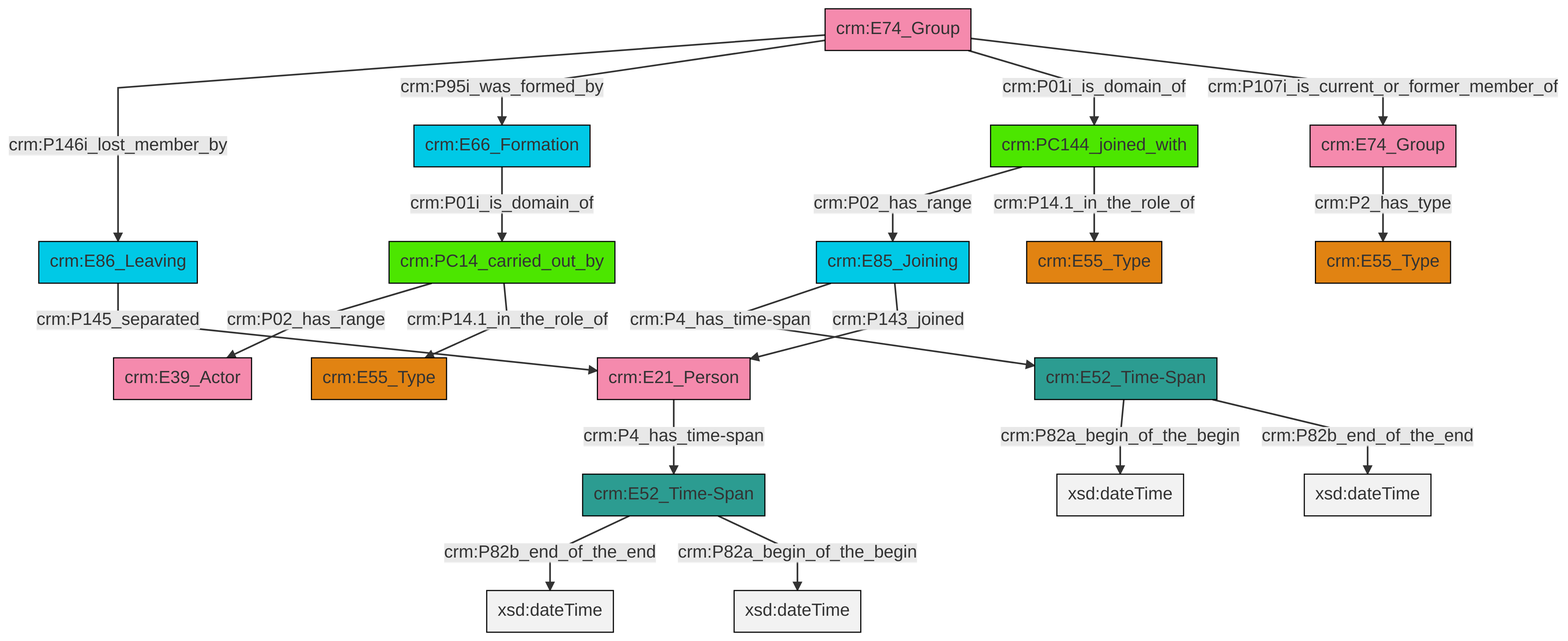
The Mermaid diagram et/groupCSV/ttl/mmd/png/group_actor_relations.png in swiss-art-research-net/reference-data-models, before a commit. Its source is kept beside it as et/groupCSV/ttl/mmd/group_actor_relations.ttl.mmd.
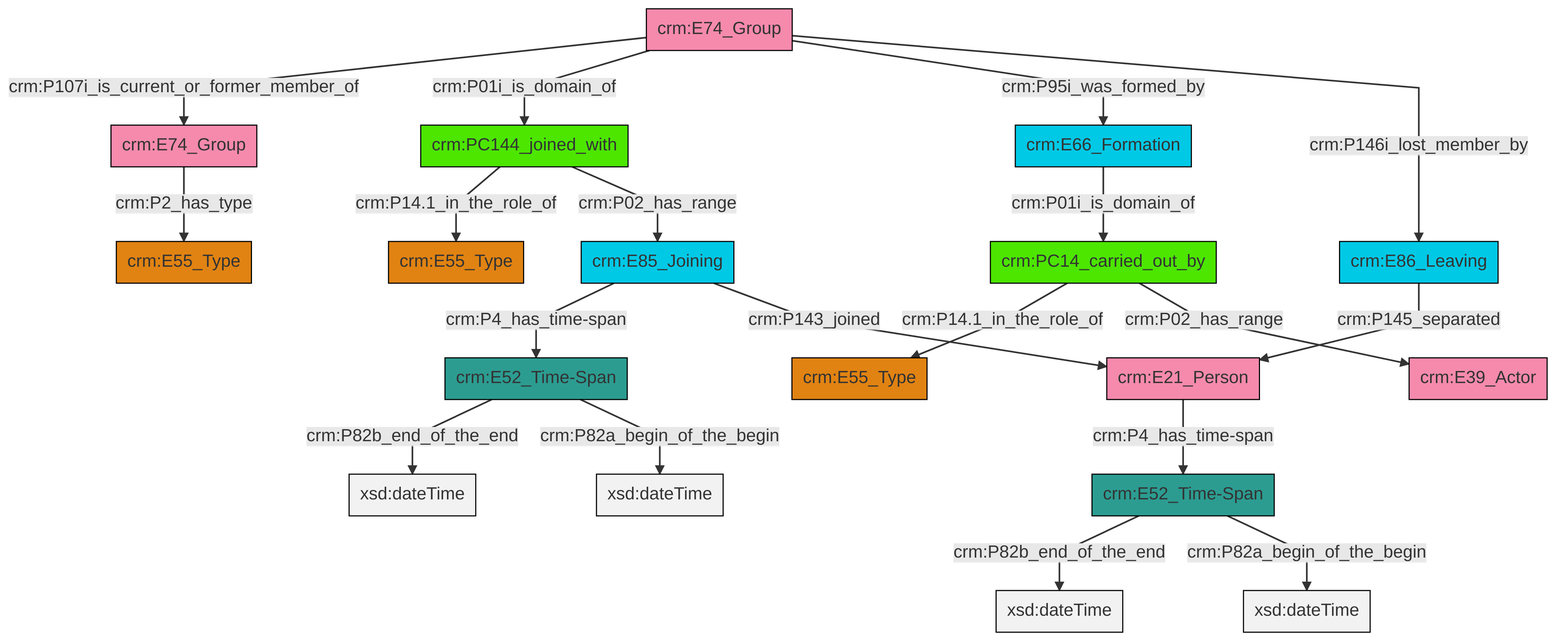
After the commit.

The edit, as a diff of the source:
```diff
@@ -13,21 +13,21 @@
 classDef PC_Classes fill:#4ce600, stroke:#000000;
 classDef Multi fill:#cccccc,stroke:#000000;
 
-2["crm:E74_Group"]:::Actor -->|crm:P146i_lost_member_by| 3["crm:E86_Leaving"]:::Temporal_Entity
-2["crm:E74_Group"]:::Actor -->|crm:P95i_was_formed_by| 4["crm:E66_Formation"]:::Temporal_Entity
-5["crm:E52_Time-Span"]:::Time-Span -->|crm:P82b_end_of_the_end| 6[xsd:dateTime]:::Literal
-2["crm:E74_Group"]:::Actor -->|crm:P01i_is_domain_of| 7["crm:PC144_joined_with"]:::PC_Classes
-11["crm:E21_Person"]:::Actor -->|crm:P4_has_time-span| 5["crm:E52_Time-Span"]:::Time-Span
-15["crm:PC14_carried_out_by"]:::PC_Classes -->|crm:P02_has_range| 16["crm:E39_Actor"]:::Actor
-13["crm:E52_Time-Span"]:::Time-Span -->|crm:P82a_begin_of_the_begin| 19[xsd:dateTime]:::Literal
-7["crm:PC144_joined_with"]:::PC_Classes -->|crm:P02_has_range| 8["crm:E85_Joining"]:::Temporal_Entity
-7["crm:PC144_joined_with"]:::PC_Classes -->|crm:P14.1_in_the_role_of| 22["crm:E55_Type"]:::Type
-26["crm:E74_Group"]:::Actor -->|crm:P2_has_type| 17["crm:E55_Type"]:::Type
-8["crm:E85_Joining"]:::Temporal_Entity -->|crm:P4_has_time-span| 13["crm:E52_Time-Span"]:::Time-Span
-3["crm:E86_Leaving"]:::Temporal_Entity -->|crm:P145_separated| 11["crm:E21_Person"]:::Actor
-8["crm:E85_Joining"]:::Temporal_Entity -->|crm:P143_joined| 11["crm:E21_Person"]:::Actor
-15["crm:PC14_carried_out_by"]:::PC_Classes -->|crm:P14.1_in_the_role_of| 0["crm:E55_Type"]:::Type
-2["crm:E74_Group"]:::Actor -->|crm:P107i_is_current_or_former_member_of| 26["crm:E74_Group"]:::Actor
-13["crm:E52_Time-Span"]:::Time-Span -->|crm:P82b_end_of_the_end| 32[xsd:dateTime]:::Literal
-4["crm:E66_Formation"]:::Temporal_Entity -->|crm:P01i_is_domain_of| 15["crm:PC14_carried_out_by"]:::PC_Classes
-5["crm:E52_Time-Span"]:::Time-Span -->|crm:P82a_begin_of_the_begin| 34[xsd:dateTime]:::Literal
+4["crm:E74_Group"]:::Actor -->|crm:P107i_is_current_or_former_member_of| 0["crm:E74_Group"]:::Actor
+5["crm:PC144_joined_with"]:::PC_Classes -->|crm:P14.1_in_the_role_of| 6["crm:E55_Type"]:::Type
+7["crm:E52_Time-Span"]:::Time-Span -->|crm:P82b_end_of_the_end| 8[xsd:dateTime]:::Literal
+9["crm:PC14_carried_out_by"]:::PC_Classes -->|crm:P14.1_in_the_role_of| 2["crm:E55_Type"]:::Type
+0["crm:E74_Group"]:::Actor -->|crm:P2_has_type| 11["crm:E55_Type"]:::Type
+13["crm:E85_Joining"]:::Temporal_Entity -->|crm:P4_has_time-span| 7["crm:E52_Time-Span"]:::Time-Span
+14["crm:E52_Time-Span"]:::Time-Span -->|crm:P82b_end_of_the_end| 15[xsd:dateTime]:::Literal
+9["crm:PC14_carried_out_by"]:::PC_Classes -->|crm:P02_has_range| 19["crm:E39_Actor"]:::Actor
+14["crm:E52_Time-Span"]:::Time-Span -->|crm:P82a_begin_of_the_begin| 21[xsd:dateTime]:::Literal
+22["crm:E21_Person"]:::Actor -->|crm:P4_has_time-span| 14["crm:E52_Time-Span"]:::Time-Span
+5["crm:PC144_joined_with"]:::PC_Classes -->|crm:P02_has_range| 13["crm:E85_Joining"]:::Temporal_Entity
+7["crm:E52_Time-Span"]:::Time-Span -->|crm:P82a_begin_of_the_begin| 26[xsd:dateTime]:::Literal
+4["crm:E74_Group"]:::Actor -->|crm:P01i_is_domain_of| 5["crm:PC144_joined_with"]:::PC_Classes
+17["crm:E66_Formation"]:::Temporal_Entity -->|crm:P01i_is_domain_of| 9["crm:PC14_carried_out_by"]:::PC_Classes
+4["crm:E74_Group"]:::Actor -->|crm:P95i_was_formed_by| 17["crm:E66_Formation"]:::Temporal_Entity
+24["crm:E86_Leaving"]:::Temporal_Entity -->|crm:P145_separated| 22["crm:E21_Person"]:::Actor
+13["crm:E85_Joining"]:::Temporal_Entity -->|crm:P143_joined| 22["crm:E21_Person"]:::Actor
+4["crm:E74_Group"]:::Actor -->|crm:P146i_lost_member_by| 24["crm:E86_Leaving"]:::Temporal_Entity
```
